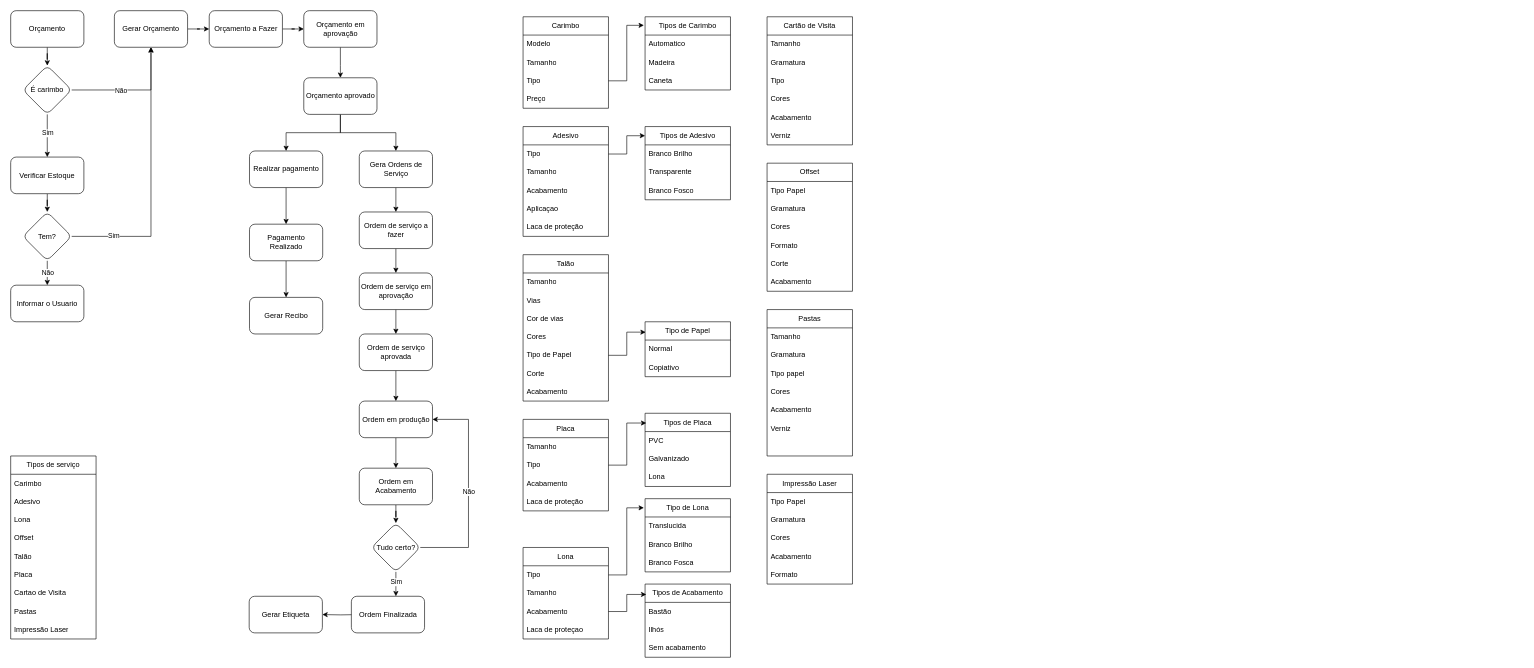
Above: Diagrama sem nome.drawio in lucasbins/diagrams (draw.io), before the change. Source tidied: cells renumbered, new cells numbered last; positions are measured from the earlier drawing's top-left corner, leaving out a move shared by most shapes. Both pictures are drawn from the tidied source at 61%, with x=0, y=0 at pixel (10, 10).
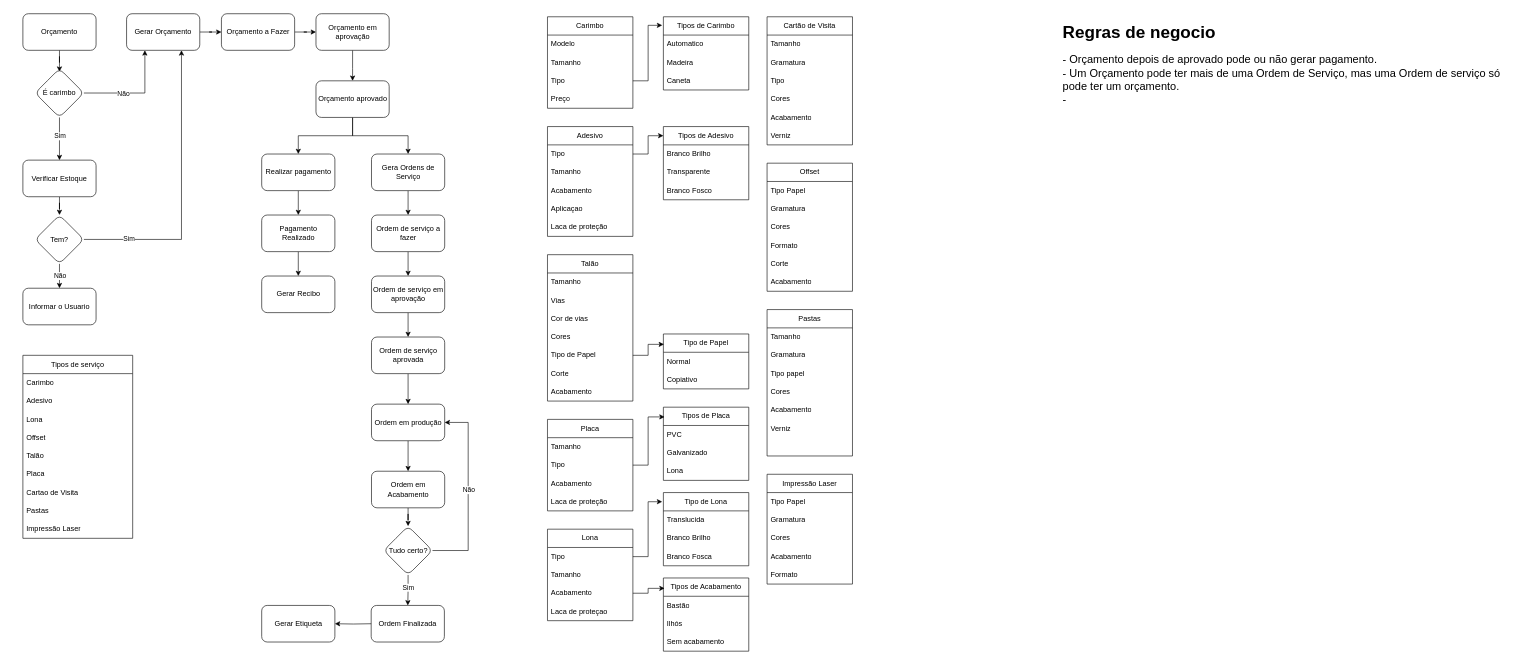
The same page after the edit.

Commit message:
Adicionar regras de negocio

The edit, as a diff of the source:
```diff
@@
-    <mxCell id="2" style="edgeStyle=orthogonalEdgeStyle;rounded=0;jettySize=auto;html=1;" parent="1" edge="1" source="3" target="40">
+    <mxCell id="2" style="edgeStyle=orthogonalEdgeStyle;rounded=0;jettySize=auto;html=1;entryX=0.5;entryY=0.063;entryDx=0;entryDy=0;entryPerimeter=0;" parent="1" edge="1" source="3" target="40">
       <mxGeometry relative="1" as="geometry" />
     </mxCell>
     <mxCell id="3" value="Orçamento" style="rounded=1;whiteSpace=wrap;html=1;" parent="1" vertex="1">
-      <mxGeometry width="120" height="60" as="geometry" />
+      <mxGeometry x="20" y="5" width="120" height="60" as="geometry" />
     </mxCell>
@@
     <mxCell id="5" value="Orçamento a Fazer" style="whiteSpace=wrap;html=1;rounded=1;" parent="1" vertex="1">
-      <mxGeometry x="325.5" width="120" height="60" as="geometry" />
+      <mxGeometry x="345.5" y="5" width="120" height="60" as="geometry" />
     </mxCell>
     <mxCell id="6" style="edgeStyle=orthogonalEdgeStyle;rounded=0;jettySize=auto;html=1;exitX=0.5;exitY=1;exitDx=0;exitDy=0;entryX=0.5;entryY=0;entryDx=0;entryDy=0;" parent="1" edge="1" source="7" target="10">
       <mxGeometry relative="1" as="geometry">
         <Array as="points">
-          <mxPoint x="541" y="90" />
-          <mxPoint x="540" y="110" />
+          <mxPoint x="561" y="95" />
+          <mxPoint x="560" y="115" />
         </Array>
       </mxGeometry>
     </mxCell>
     <mxCell id="7" value="Orçamento em aprovação" style="whiteSpace=wrap;html=1;rounded=1;" parent="1" vertex="1">
-      <mxGeometry x="480.5" width="120" height="60" as="geometry" />
+      <mxGeometry x="500.5" y="5" width="120" height="60" as="geometry" />
     </mxCell>
@@
     <mxCell id="10" value="Orçamento aprovado" style="whiteSpace=wrap;html=1;rounded=1;" parent="1" vertex="1">
-      <mxGeometry x="480.5" y="110" width="120" height="60" as="geometry" />
+      <mxGeometry x="500.5" y="115" width="120" height="60" as="geometry" />
     </mxCell>
@@
     <mxCell id="12" value="Gera Ordens de Serviço" style="whiteSpace=wrap;html=1;rounded=1;" parent="1" vertex="1">
-      <mxGeometry x="571.5" y="230" width="120" height="60" as="geometry" />
+      <mxGeometry x="591.5" y="235" width="120" height="60" as="geometry" />
     </mxCell>
@@
     <mxCell id="14" value="Ordem de serviço a fazer" style="whiteSpace=wrap;html=1;rounded=1;" parent="1" vertex="1">
-      <mxGeometry x="571.5" y="330" width="120" height="60" as="geometry" />
+      <mxGeometry x="591.5" y="335" width="120" height="60" as="geometry" />
     </mxCell>
@@
     <mxCell id="16" value="Ordem de serviço em aprovação" style="whiteSpace=wrap;html=1;rounded=1;" parent="1" vertex="1">
-      <mxGeometry x="571.5" y="430" width="120" height="60" as="geometry" />
+      <mxGeometry x="591.5" y="435" width="120" height="60" as="geometry" />
     </mxCell>
@@
     <mxCell id="18" value="Ordem de serviço aprovada" style="whiteSpace=wrap;html=1;rounded=1;" parent="1" vertex="1">
-      <mxGeometry x="571.5" y="530" width="120" height="60" as="geometry" />
+      <mxGeometry x="591.5" y="535" width="120" height="60" as="geometry" />
     </mxCell>
@@
     <mxCell id="20" value="Ordem em produção" style="whiteSpace=wrap;html=1;rounded=1;" parent="1" vertex="1">
-      <mxGeometry x="571.5" y="640" width="120" height="60" as="geometry" />
+      <mxGeometry x="591.5" y="645" width="120" height="60" as="geometry" />
     </mxCell>
@@
     <mxCell id="22" value="Realizar pagamento" style="whiteSpace=wrap;html=1;rounded=1;" parent="1" vertex="1">
-      <mxGeometry x="391.5" y="230" width="120" height="60" as="geometry" />
+      <mxGeometry x="411.5" y="235" width="120" height="60" as="geometry" />
     </mxCell>
@@
     <mxCell id="24" value="Pagamento Realizado" style="whiteSpace=wrap;html=1;rounded=1;" parent="1" vertex="1">
-      <mxGeometry x="391.5" y="350" width="120" height="60" as="geometry" />
+      <mxGeometry x="411.5" y="335" width="120" height="60" as="geometry" />
     </mxCell>
     <mxCell id="25" value="Gerar Recibo" style="whiteSpace=wrap;html=1;rounded=1;" parent="1" vertex="1">
-      <mxGeometry x="391.5" y="470" width="120" height="60" as="geometry" />
+      <mxGeometry x="411.5" y="435" width="120" height="60" as="geometry" />
     </mxCell>
@@
     <mxCell id="27" value="Ordem em Acabamento" style="whiteSpace=wrap;html=1;rounded=1;" parent="1" vertex="1">
-      <mxGeometry x="571.5" y="750" width="120" height="60" as="geometry" />
+      <mxGeometry x="591.5" y="755" width="120" height="60" as="geometry" />
     </mxCell>
     <mxCell id="28" style="edgeStyle=orthogonalEdgeStyle;rounded=0;jettySize=auto;html=1;entryX=1;entryY=0.5;entryDx=0;entryDy=0;" parent="1" edge="1" target="35">
       <mxGeometry relative="1" as="geometry">
-        <mxPoint x="571.5" y="990" as="sourcePoint" />
+        <mxPoint x="592" y="1005" as="sourcePoint" />
       </mxGeometry>
     </mxCell>
     <mxCell id="29" value="Ordem Finalizada" style="whiteSpace=wrap;html=1;rounded=1;" parent="1" vertex="1">
-      <mxGeometry x="558.5" y="960" width="120" height="60" as="geometry" />
+      <mxGeometry x="591" y="975" width="120" height="60" as="geometry" />
     </mxCell>
-    <mxCell id="30" style="edgeStyle=orthogonalEdgeStyle;rounded=0;jettySize=auto;html=1;entryX=1;entryY=0.5;entryDx=0;entryDy=0;" parent="1" edge="1" source="34" target="20">
+    <mxCell id="30" style="edgeStyle=orthogonalEdgeStyle;rounded=0;jettySize=auto;html=1;entryX=1;entryY=0.5;entryDx=0;entryDy=0;" parent="1" edge="1" target="20">
       <mxGeometry relative="1" as="geometry">
+        <mxPoint x="691.5" y="885" as="sourcePoint" />
         <Array as="points">
-          <mxPoint x="750.5" y="880" />
-          <mxPoint x="750.5" y="670" />
+          <mxPoint x="750" y="885" />
+          <mxPoint x="750" y="675" />
         </Array>
       </mxGeometry>
     </mxCell>
     <mxCell id="31" value="Não" style="edgeLabel;html=1;align=center;verticalAlign=middle;" parent="30" vertex="1">
       <mxGeometry x="-0.02" y="1" relative="1" as="geometry">
-        <mxPoint x="1" as="offset" />
+        <mxPoint x="1" y="-8" as="offset" />
       </mxGeometry>
     </mxCell>
-    <mxCell id="32" style="edgeStyle=orthogonalEdgeStyle;rounded=0;jettySize=auto;html=1;entryX=0.5;entryY=0;entryDx=0;entryDy=0;" parent="1" edge="1" source="34">
-      <mxGeometry relative="1" as="geometry">
-        <mxPoint x="631.5" y="960" as="targetPoint" />
-      </mxGeometry>
+    <mxCell id="32" style="edgeStyle=orthogonalEdgeStyle;rounded=0;jettySize=auto;html=1;entryX=0.5;entryY=0;entryDx=0;entryDy=0;" parent="1" edge="1" source="34" target="29">
+      <mxGeometry relative="1" as="geometry" />
     </mxCell>
@@
     <mxCell id="34" value="Tudo certo?" style="rhombus;whiteSpace=wrap;html=1;rounded=1;" parent="1" vertex="1">
-      <mxGeometry x="591.5" y="840" width="80" height="80" as="geometry" />
+      <mxGeometry x="611.5" y="845" width="80" height="80" as="geometry" />
     </mxCell>
     <mxCell id="35" value="Gerar Etiqueta" style="whiteSpace=wrap;html=1;rounded=1;" parent="1" vertex="1">
-      <mxGeometry x="391" y="960" width="120" height="60" as="geometry" />
+      <mxGeometry x="411.5" y="975" width="120" height="60" as="geometry" />
     </mxCell>
@@
-    <mxCell id="38" style="edgeStyle=orthogonalEdgeStyle;rounded=0;jettySize=auto;html=1;" parent="1" edge="1" source="40" target="50">
+    <mxCell id="38" style="edgeStyle=orthogonalEdgeStyle;rounded=0;jettySize=auto;html=1;entryX=0.25;entryY=1;entryDx=0;entryDy=0;" parent="1" edge="1" source="40" target="50">
       <mxGeometry relative="1" as="geometry" />
     </mxCell>
@@
     <mxCell id="40" value="É carimbo" style="rhombus;whiteSpace=wrap;html=1;rounded=1;" parent="1" vertex="1">
-      <mxGeometry x="20" y="90" width="80" height="80" as="geometry" />
+      <mxGeometry x="40" y="95" width="80" height="80" as="geometry" />
     </mxCell>
-    <mxCell id="41" style="edgeStyle=orthogonalEdgeStyle;rounded=0;jettySize=auto;html=1;" parent="1" edge="1" source="42" target="47">
+    <mxCell id="41" style="edgeStyle=orthogonalEdgeStyle;rounded=0;jettySize=auto;html=1;entryX=0.5;entryY=0;entryDx=0;entryDy=0;" parent="1" edge="1" source="42" target="47">
       <mxGeometry relative="1" as="geometry" />
     </mxCell>
     <mxCell id="42" value="Verificar Estoque" style="whiteSpace=wrap;html=1;rounded=1;" parent="1" vertex="1">
-      <mxGeometry y="240" width="120" height="60" as="geometry" />
+      <mxGeometry x="20" y="245" width="120" height="60" as="geometry" />
     </mxCell>
@@
-    <mxCell id="45" style="edgeStyle=orthogonalEdgeStyle;rounded=0;jettySize=auto;html=1;entryX=0.5;entryY=1;entryDx=0;entryDy=0;" parent="1" edge="1" source="47" target="50">
+    <mxCell id="45" style="edgeStyle=orthogonalEdgeStyle;rounded=0;jettySize=auto;html=1;entryX=0.75;entryY=1;entryDx=0;entryDy=0;" parent="1" edge="1" source="47" target="50">
       <mxGeometry relative="1" as="geometry" />
     </mxCell>
@@
     <mxCell id="47" value="Tem?" style="rhombus;whiteSpace=wrap;html=1;rounded=1;" parent="1" vertex="1">
-      <mxGeometry x="20" y="330" width="80" height="80" as="geometry" />
+      <mxGeometry x="40" y="335" width="80" height="80" as="geometry" />
     </mxCell>
     <mxCell id="48" value="Informar o Usuario" style="whiteSpace=wrap;html=1;rounded=1;" parent="1" vertex="1">
-      <mxGeometry y="450" width="120" height="60" as="geometry" />
+      <mxGeometry x="20" y="455" width="120" height="60" as="geometry" />
     </mxCell>
@@
     <mxCell id="50" value="Gerar Orçamento" style="whiteSpace=wrap;html=1;rounded=1;" parent="1" vertex="1">
-      <mxGeometry x="170" width="120" height="60" as="geometry" />
+      <mxGeometry x="190" y="5" width="120" height="60" as="geometry" />
     </mxCell>
     <mxCell id="51" value="Tipos de serviço" style="swimlane;fontStyle=0;horizontal=1;startSize=30;whiteSpace=wrap;html=1;swimlaneLine=1;strokeColor=default;shadow=0;spacing=2;" parent="1" vertex="1">
-      <mxGeometry y="730" width="140" height="300" as="geometry" />
+      <mxGeometry x="20" y="565" width="180" height="300" as="geometry" />
     </mxCell>
     <mxCell id="52" value="Carimbo" style="text;strokeColor=none;fillColor=none;align=left;verticalAlign=middle;spacingLeft=4;spacingRight=4;overflow=hidden;whiteSpace=wrap;html=1;" parent="51" vertex="1">
-      <mxGeometry y="30" width="140" height="30" as="geometry" />
+      <mxGeometry y="30" width="180" height="30" as="geometry" />
     </mxCell>
     <mxCell id="53" value="Adesivo" style="text;strokeColor=none;fillColor=none;align=left;verticalAlign=middle;spacingLeft=4;spacingRight=4;overflow=hidden;whiteSpace=wrap;html=1;" parent="51" vertex="1">
-      <mxGeometry y="60" width="140" height="30" as="geometry" />
+      <mxGeometry y="60" width="180" height="30" as="geometry" />
     </mxCell>
     <mxCell id="54" value="Lona" style="text;strokeColor=none;fillColor=none;align=left;verticalAlign=middle;spacingLeft=4;spacingRight=4;overflow=hidden;whiteSpace=wrap;html=1;" parent="51" vertex="1">
-      <mxGeometry y="90" width="140" height="30" as="geometry" />
+      <mxGeometry y="90" width="180" height="30" as="geometry" />
     </mxCell>
     <mxCell id="55" value="Offset" style="text;strokeColor=none;fillColor=none;align=left;verticalAlign=middle;spacingLeft=4;spacingRight=4;overflow=hidden;whiteSpace=wrap;html=1;" parent="51" vertex="1">
-      <mxGeometry y="120" width="140" height="30" as="geometry" />
+      <mxGeometry y="120" width="180" height="30" as="geometry" />
     </mxCell>
     <mxCell id="56" value="Talão" style="text;strokeColor=none;fillColor=none;align=left;verticalAlign=middle;spacingLeft=4;spacingRight=4;overflow=hidden;whiteSpace=wrap;html=1;" parent="51" vertex="1">
-      <mxGeometry y="150" width="140" height="30" as="geometry" />
+      <mxGeometry y="150" width="180" height="30" as="geometry" />
     </mxCell>
     <mxCell id="57" value="Placa" style="text;strokeColor=none;fillColor=none;align=left;verticalAlign=middle;spacingLeft=4;spacingRight=4;overflow=hidden;whiteSpace=wrap;html=1;" parent="51" vertex="1">
-      <mxGeometry y="180" width="140" height="30" as="geometry" />
+      <mxGeometry y="180" width="180" height="30" as="geometry" />
     </mxCell>
     <mxCell id="58" value="Cartao de Visita" style="text;strokeColor=none;fillColor=none;align=left;verticalAlign=middle;spacingLeft=4;spacingRight=4;overflow=hidden;whiteSpace=wrap;html=1;" parent="51" vertex="1">
-      <mxGeometry y="210" width="140" height="30" as="geometry" />
+      <mxGeometry y="210" width="180" height="30" as="geometry" />
     </mxCell>
     <mxCell id="59" value="Pastas" style="text;strokeColor=none;fillColor=none;align=left;verticalAlign=middle;spacingLeft=4;spacingRight=4;overflow=hidden;whiteSpace=wrap;html=1;" parent="51" vertex="1">
-      <mxGeometry y="240" width="140" height="30" as="geometry" />
+      <mxGeometry y="240" width="180" height="30" as="geometry" />
     </mxCell>
     <mxCell id="60" value="Impressão Laser" style="text;strokeColor=none;fillColor=none;align=left;verticalAlign=middle;spacingLeft=4;spacingRight=4;overflow=hidden;whiteSpace=wrap;html=1;" parent="51" vertex="1">
-      <mxGeometry y="270" width="140" height="30" as="geometry" />
+      <mxGeometry y="270" width="180" height="30" as="geometry" />
     </mxCell>
     <mxCell id="61" value="Carimbo" style="swimlane;fontStyle=0;horizontal=1;startSize=30;whiteSpace=wrap;html=1;" parent="1" vertex="1">
-      <mxGeometry x="840" y="10" width="140" height="150" as="geometry" />
+      <mxGeometry x="880" y="10" width="140" height="150" as="geometry" />
     </mxCell>
@@
     <mxCell id="66" value="Adesivo" style="swimlane;fontStyle=0;horizontal=1;startSize=30;whiteSpace=wrap;html=1;" parent="1" vertex="1">
-      <mxGeometry x="840" y="190" width="140" height="180" as="geometry" />
+      <mxGeometry x="880" y="190" width="140" height="180" as="geometry" />
     </mxCell>
@@
     <mxCell id="72" value="Lona" style="swimlane;fontStyle=0;horizontal=1;startSize=30;whiteSpace=wrap;html=1;" parent="1" vertex="1">
-      <mxGeometry x="840" y="880" width="140" height="150" as="geometry" />
+      <mxGeometry x="880" y="850" width="140" height="150" as="geometry" />
     </mxCell>
@@
     <mxCell id="84" value="Talão" style="swimlane;fontStyle=0;horizontal=1;startSize=30;whiteSpace=wrap;html=1;" parent="1" vertex="1">
-      <mxGeometry x="840" y="400" width="140" height="240" as="geometry" />
+      <mxGeometry x="880" y="400" width="140" height="240" as="geometry" />
     </mxCell>
@@
     <mxCell id="92" value="Placa" style="swimlane;fontStyle=0;horizontal=1;startSize=30;whiteSpace=wrap;html=1;" parent="1" vertex="1">
-      <mxGeometry x="840" y="670" width="140" height="150" as="geometry" />
+      <mxGeometry x="880" y="670" width="140" height="150" as="geometry" />
     </mxCell>
@@
     <mxCell id="118" value="Tipos de Carimbo" style="swimlane;fontStyle=0;horizontal=1;startSize=30;whiteSpace=wrap;html=1;" parent="1" vertex="1">
-      <mxGeometry x="1040" y="10" width="140" height="120" as="geometry" />
+      <mxGeometry x="1070" y="10" width="140" height="120" as="geometry" />
     </mxCell>
@@
     <mxCell id="123" value="Tipos de Adesivo" style="swimlane;fontStyle=0;horizontal=1;startSize=30;whiteSpace=wrap;html=1;" parent="1" vertex="1">
-      <mxGeometry x="1040" y="190" width="140" height="120" as="geometry" />
+      <mxGeometry x="1070" y="190" width="140" height="120" as="geometry" />
     </mxCell>
@@
     <mxCell id="128" value="Tipo de Papel" style="swimlane;fontStyle=0;horizontal=1;startSize=30;whiteSpace=wrap;html=1;" parent="1" vertex="1">
-      <mxGeometry x="1040" y="510" width="140" height="90" as="geometry" />
+      <mxGeometry x="1070" y="530" width="140" height="90" as="geometry" />
     </mxCell>
@@
     <mxCell id="132" value="Tipos de Placa" style="swimlane;fontStyle=0;horizontal=1;startSize=30;whiteSpace=wrap;html=1;" parent="1" vertex="1">
-      <mxGeometry x="1040" y="660" width="140" height="120" as="geometry" />
+      <mxGeometry x="1070" y="650" width="140" height="120" as="geometry" />
     </mxCell>
@@
     <mxCell id="137" value="Tipo de Lona" style="swimlane;fontStyle=0;horizontal=1;startSize=30;whiteSpace=wrap;html=1;" parent="1" vertex="1">
-      <mxGeometry x="1040" y="800" width="140" height="120" as="geometry" />
+      <mxGeometry x="1070" y="790" width="140" height="120" as="geometry" />
     </mxCell>
@@
     <mxCell id="142" value="Tipos de Acabamento" style="swimlane;fontStyle=0;horizontal=1;startSize=30;whiteSpace=wrap;html=1;" parent="1" vertex="1">
-      <mxGeometry x="1040" y="940" width="140" height="120" as="geometry" />
+      <mxGeometry x="1070" y="930" width="140" height="120" as="geometry" />
     </mxCell>
@@
+    <mxCell id="147" value="&lt;h1 style=&quot;font-size: 28px;&quot;&gt;&lt;font style=&quot;font-size: 28px;&quot;&gt;Regras de negocio&lt;/font&gt;&lt;/h1&gt;&lt;div style=&quot;font-size: 18px;&quot;&gt;&lt;font style=&quot;font-size: 18px;&quot;&gt;- Orçamento depois de aprovado pode ou não gerar pagamento.&lt;/font&gt;&lt;/div&gt;&lt;div style=&quot;font-size: 18px;&quot;&gt;&lt;font style=&quot;font-size: 18px;&quot;&gt;- Um Orçamento pode ter mais de uma Ordem de Serviço, mas uma Ordem de serviço só pode ter um orçamento.&lt;/font&gt;&lt;/div&gt;&lt;div style=&quot;font-size: 18px;&quot;&gt;&lt;font style=&quot;font-size: 18px;&quot;&gt;-&amp;nbsp;&lt;/font&gt;&lt;/div&gt;" style="text;html=1;strokeColor=none;fillColor=none;spacing=5;spacingTop=-20;whiteSpace=wrap;overflow=hidden;rounded=0;align=left;" parent="1" vertex="1">
+      <mxGeometry x="1720" y="10" width="760" height="1000" as="geometry" />
+    </mxCell>
```
